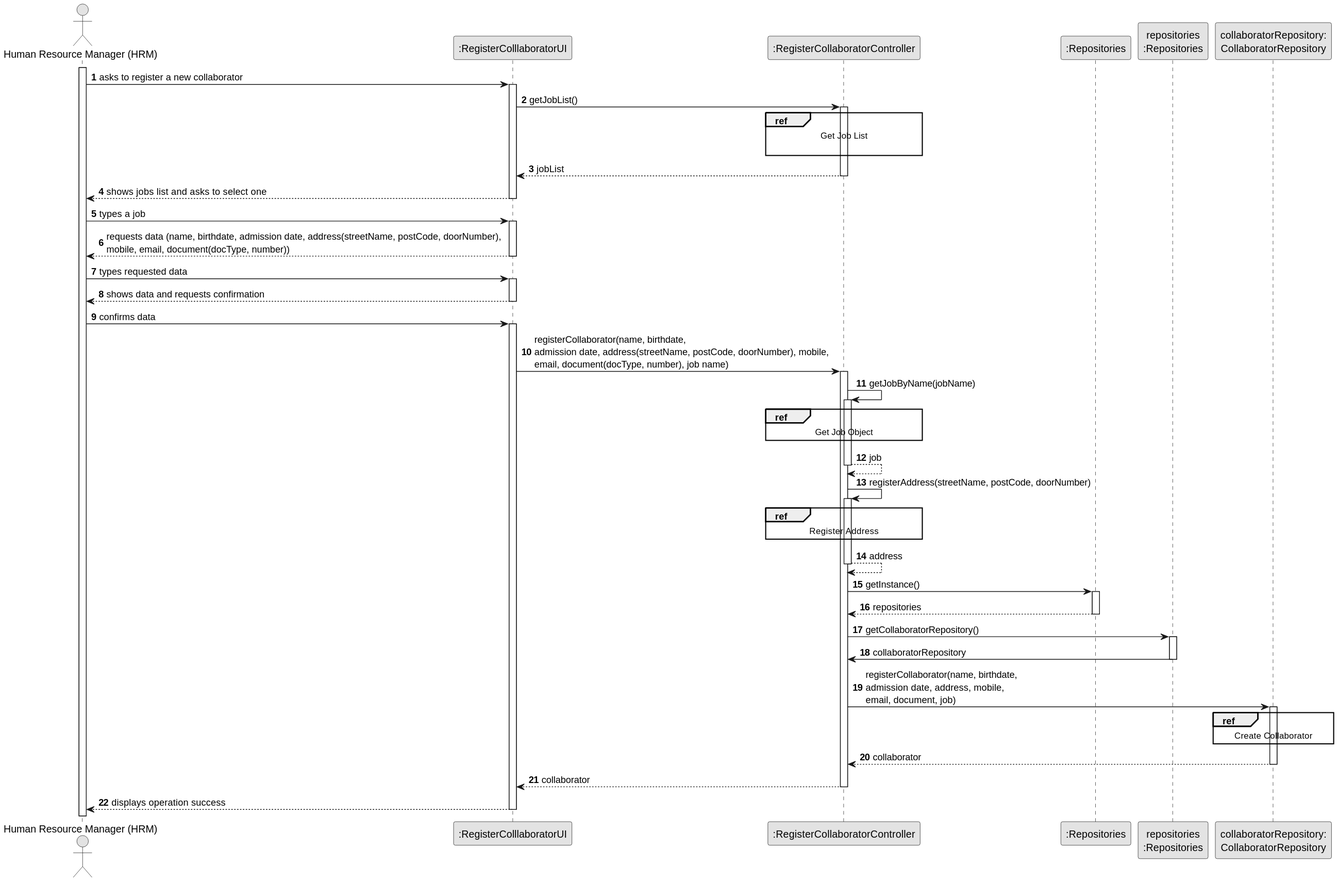
The PlantUML diagram docs/sprint2/us03/03.design/svg/us03-sequence-diagram.svg in Departamento-de-Engenharia-Informatica/lei-24-s2-1db-g022, before a commit.
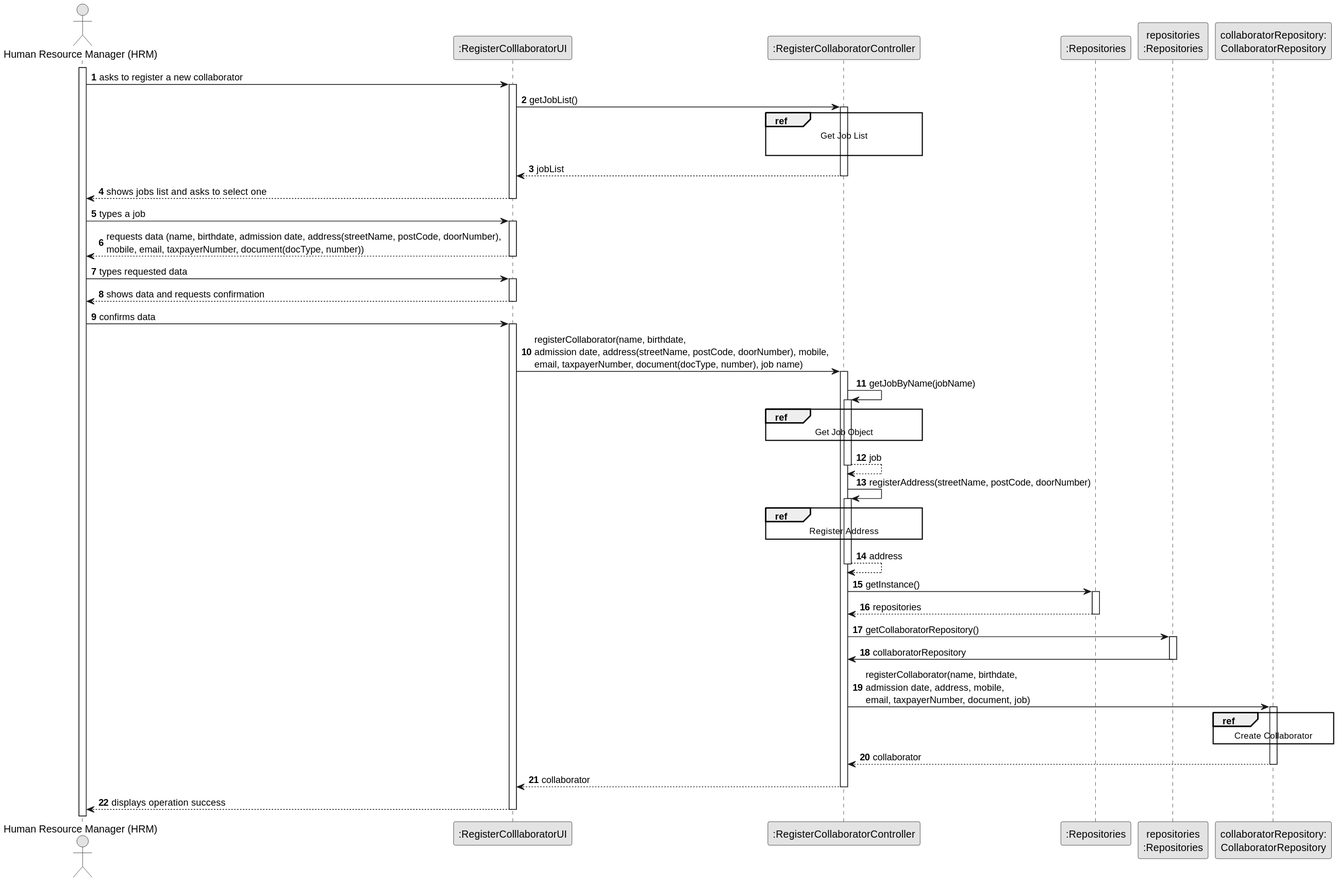
After the commit.

The edit, as a diff of the source:
```diff
@@ -33,7 +33,7 @@
         HRM -> UI :  types a job
         activate UI
 
-        UI --> HRM : requests data (name, birthdate, admission date, address(streetName, postCode, doorNumber), \nmobile, email, document(docType, number))
+        UI --> HRM : requests data (name, birthdate, admission date, address(streetName, postCode, doorNumber), \nmobile, email, taxpayerNumber, document(docType, number))
         deactivate UI
 
         HRM -> UI : types requested data
@@ -45,7 +45,7 @@
         HRM -> UI : confirms data
         activate UI
 
-        UI -> CTRL : registerCollaborator(name, birthdate, \nadmission date, address(streetName, postCode, doorNumber), mobile, \nemail, document(docType, number), job name)
+        UI -> CTRL : registerCollaborator(name, birthdate, \nadmission date, address(streetName, postCode, doorNumber), mobile, \nemail, taxpayerNumber, document(docType, number), job name)
         activate CTRL
 
             CTRL -> CTRL : getJobByName(jobName)
@@ -77,7 +77,7 @@
                     PLAT -> CTRL : collaboratorRepository
                 deactivate PLAT
 
-                CTRL -> CollaboratorRepository : registerCollaborator(name, birthdate, \nadmission date, address, mobile, \nemail, document, job)
+                CTRL -> CollaboratorRepository : registerCollaborator(name, birthdate, \nadmission date, address, mobile, \nemail, taxpayerNumber, document, job)
                 activate CollaboratorRepository
 
                 ref over CollaboratorRepository
```
